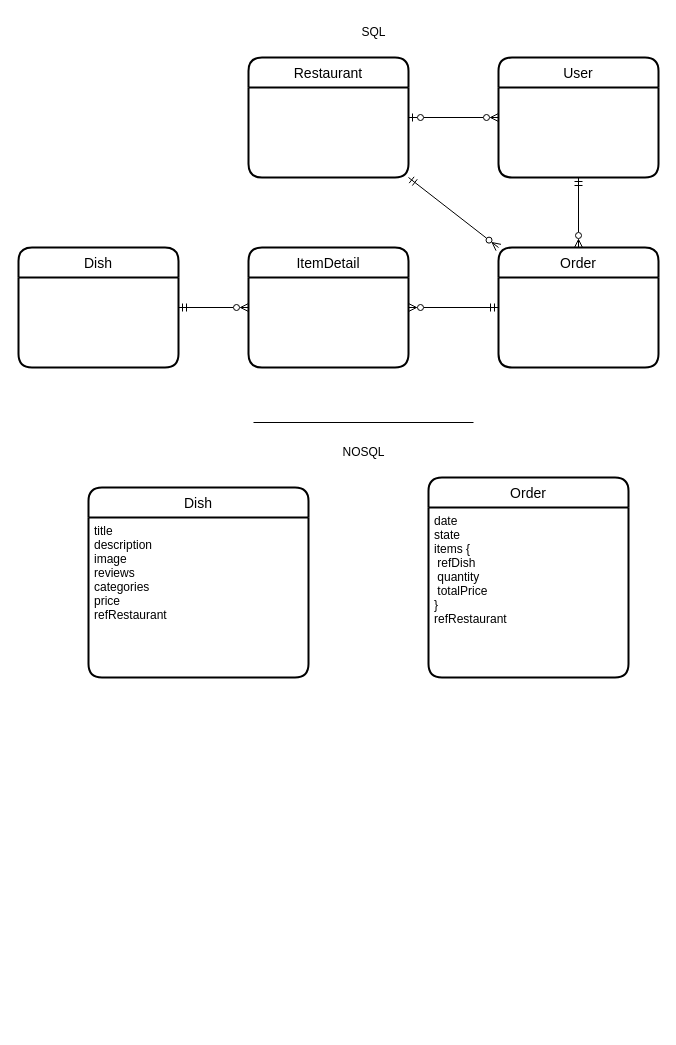
Before: diagram.drawio in NGSalvo/resto-back, a draw.io diagram. Source tidied: cells renumbered, new cells numbered last; positions are measured from the earlier drawing's top-left corner, leaving out a move shared by most shapes. Both pictures are drawn from the tidied source at 100%, with x=0, y=0 at pixel (18, 17).
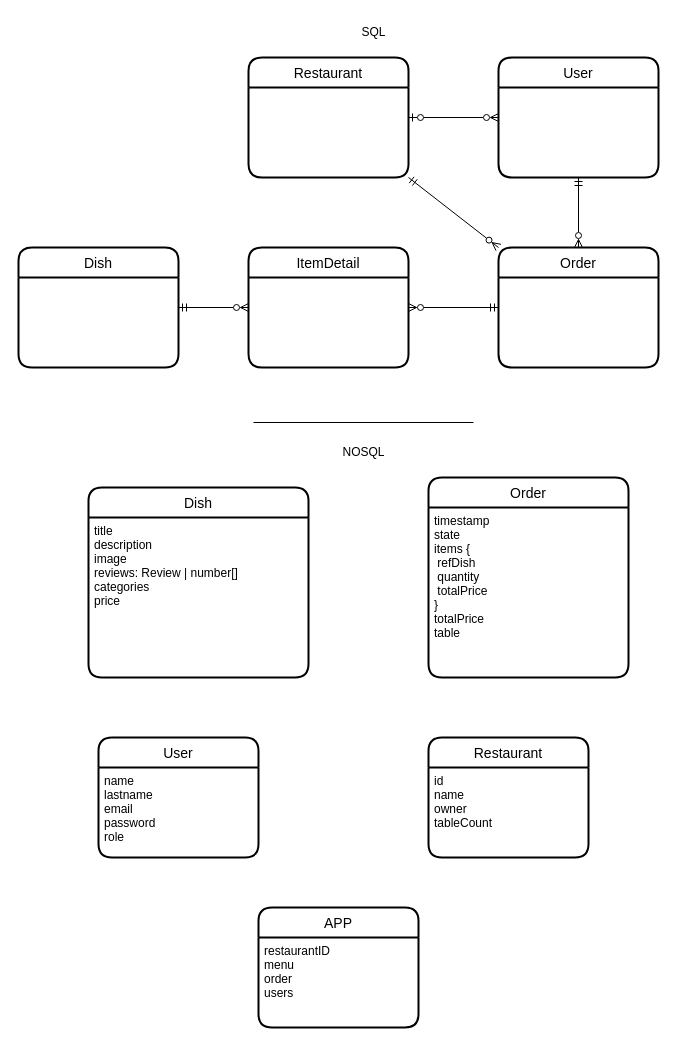
The same page after the edit.

Unchanged cells that the change refers to:
```xml
<mxCell id="12" value="Dish" style="swimlane;horizontal=1;startSize=30;rounded=1;fontSize=14;fontStyle=0;strokeWidth=2;shadow=0;dashed=0;align=center;" parent="1" vertex="1">
  <mxGeometry x="70" y="470" width="220" height="190" as="geometry" />
</mxCell>
<mxCell id="14" value="Order" style="swimlane;horizontal=1;startSize=30;rounded=1;fontSize=14;fontStyle=0;strokeWidth=2;shadow=0;dashed=0;align=center;" parent="1" vertex="1">
  <mxGeometry x="410" y="460" width="200" height="200" as="geometry" />
</mxCell>
```

What changed in the source:
```diff
@@
-    <mxCell id="13" value="title&#10;description&#10;image&#10;reviews&#10;categories&#10;price&#10;refRestaurant" style="align=left;strokeColor=none;fillColor=none;spacingLeft=4;fontSize=12;verticalAlign=top;" parent="12" vertex="1">
+    <mxCell id="13" value="title&#10;description&#10;image&#10;reviews: Review | number[]&#10;categories&#10;price&#10;" style="align=left;strokeColor=none;fillColor=none;spacingLeft=4;fontSize=12;verticalAlign=top;" parent="12" vertex="1">
       <mxGeometry y="30" width="220" height="160" as="geometry" />
     </mxCell>
@@
-    <mxCell id="15" value="date&#10;state&#10;items {&#10; refDish&#10; quantity&#10; totalPrice&#10;}&#10;refRestaurant" style="align=left;strokeColor=none;fillColor=none;spacingLeft=4;fontSize=12;verticalAlign=top;" parent="14" vertex="1">
+    <mxCell id="15" value="timestamp&#10;state&#10;items {&#10; refDish&#10; quantity&#10; totalPrice&#10;}&#10;totalPrice&#10;table" style="align=left;strokeColor=none;fillColor=none;spacingLeft=4;fontSize=12;verticalAlign=top;" parent="14" vertex="1">
       <mxGeometry y="30" width="200" height="170" as="geometry" />
     </mxCell>
@@
+    <mxCell id="19" value="User" style="swimlane;horizontal=1;startSize=30;rounded=1;fontSize=14;fontStyle=0;strokeWidth=2;shadow=0;dashed=0;align=center;" parent="1" vertex="1">
+      <mxGeometry x="80" y="720" width="160" height="120" as="geometry" />
+    </mxCell>
+    <mxCell id="20" value="name&#10;lastname&#10;email&#10;password&#10;role" style="align=left;strokeColor=none;fillColor=none;spacingLeft=4;fontSize=12;verticalAlign=top;" parent="19" vertex="1">
+      <mxGeometry y="30" width="160" height="90" as="geometry" />
+    </mxCell>
+    <mxCell id="21" value="Restaurant" style="swimlane;horizontal=1;startSize=30;rounded=1;fontSize=14;fontStyle=0;strokeWidth=2;shadow=0;dashed=0;align=center;" parent="1" vertex="1">
+      <mxGeometry x="410" y="720" width="160" height="120" as="geometry" />
+    </mxCell>
+    <mxCell id="22" value="id&#10;name&#10;owner&#10;tableCount" style="align=left;strokeColor=none;fillColor=none;spacingLeft=4;fontSize=12;verticalAlign=top;" parent="21" vertex="1">
+      <mxGeometry y="30" width="160" height="90" as="geometry" />
+    </mxCell>
+    <mxCell id="23" value="APP" style="swimlane;horizontal=1;startSize=30;rounded=1;fontSize=14;fontStyle=0;strokeWidth=2;shadow=0;dashed=0;align=center;" parent="1" vertex="1">
+      <mxGeometry x="240" y="890" width="160" height="120" as="geometry" />
+    </mxCell>
+    <mxCell id="24" value="restaurantID&#10;menu&#10;order&#10;users" style="align=left;strokeColor=none;fillColor=none;spacingLeft=4;fontSize=12;verticalAlign=top;" parent="23" vertex="1">
+      <mxGeometry y="30" width="160" height="90" as="geometry" />
+    </mxCell>
```
